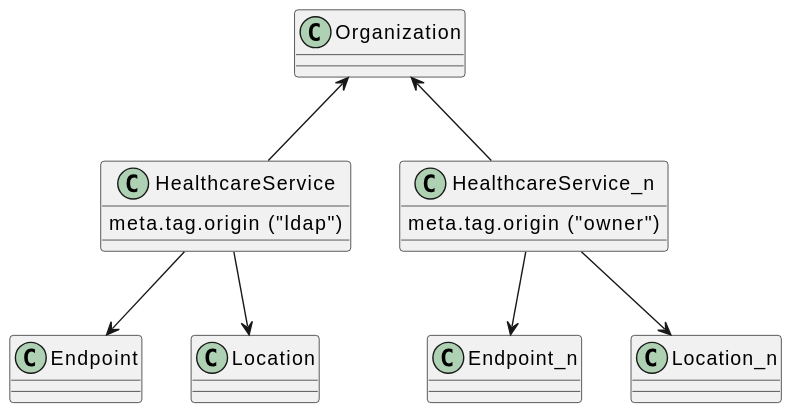
The PlantUML diagram images/diagrams/ClassDiagram.Org.with.several.HCS.svg in gematik/api-vzd, before a commit.
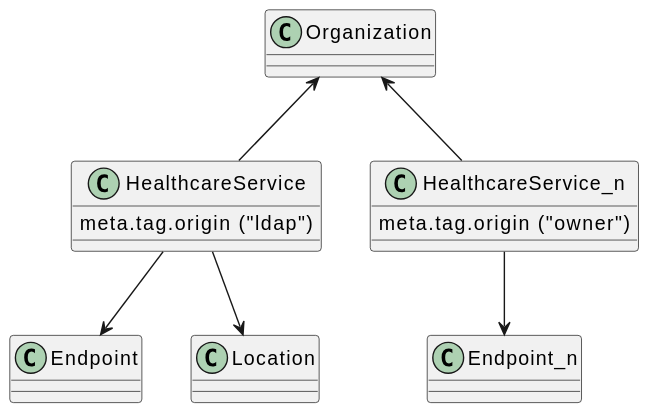
The same file after the commit.

Commit message:
Commit from GitHub Actions (GeneratePlantumlImages)

The edit, as a diff of the source:
```diff
@@ -24,6 +24,6 @@
 
 Organization <-- HealthcareService_n
 HealthcareService_n --> Endpoint_n
-HealthcareService_n --> Location_n
+
 
 @enduml
```
